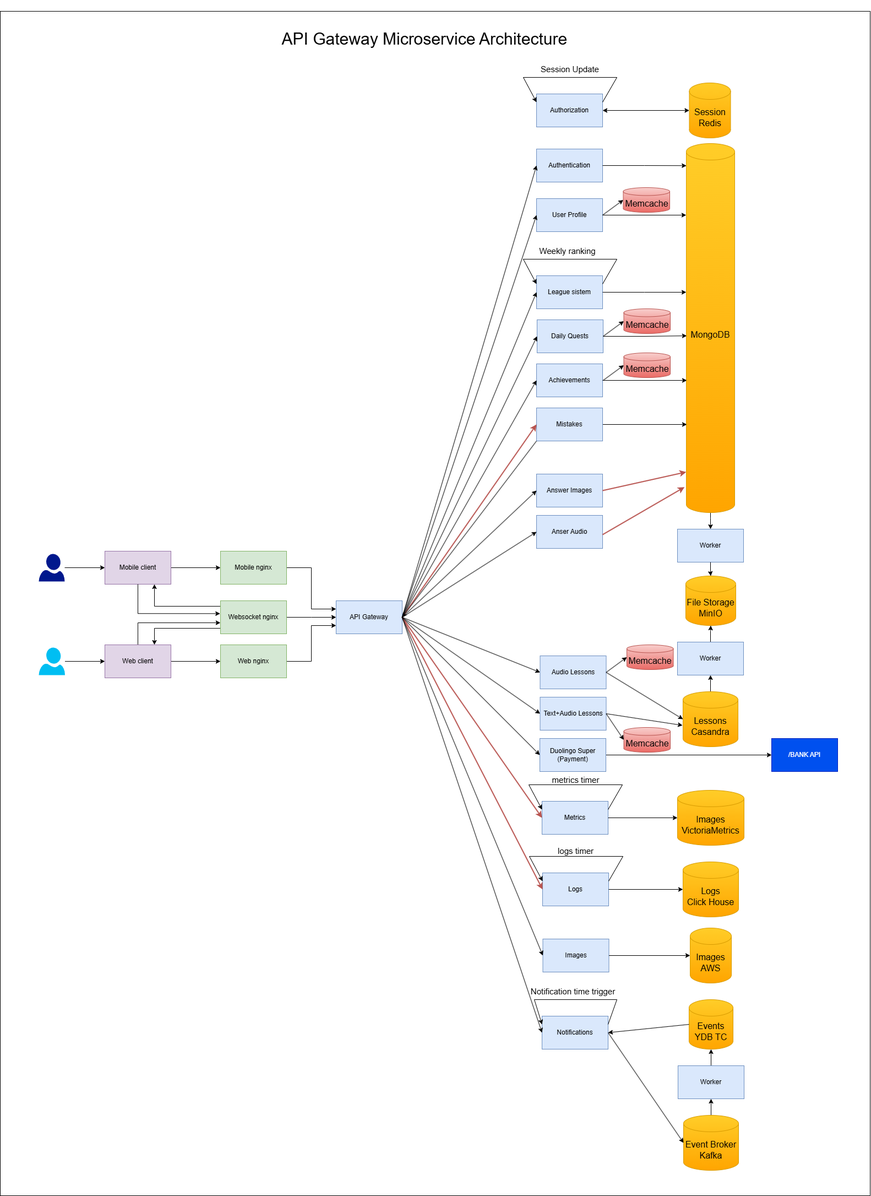
Earlier version of the draw.io export working_scheme1.png (Olgmuzalev13/highload-duolingo). Source tidied: cells renumbered, new cells last; positions are measured from the earlier drawing's top-left corner, leaving out a move shared by most shapes.
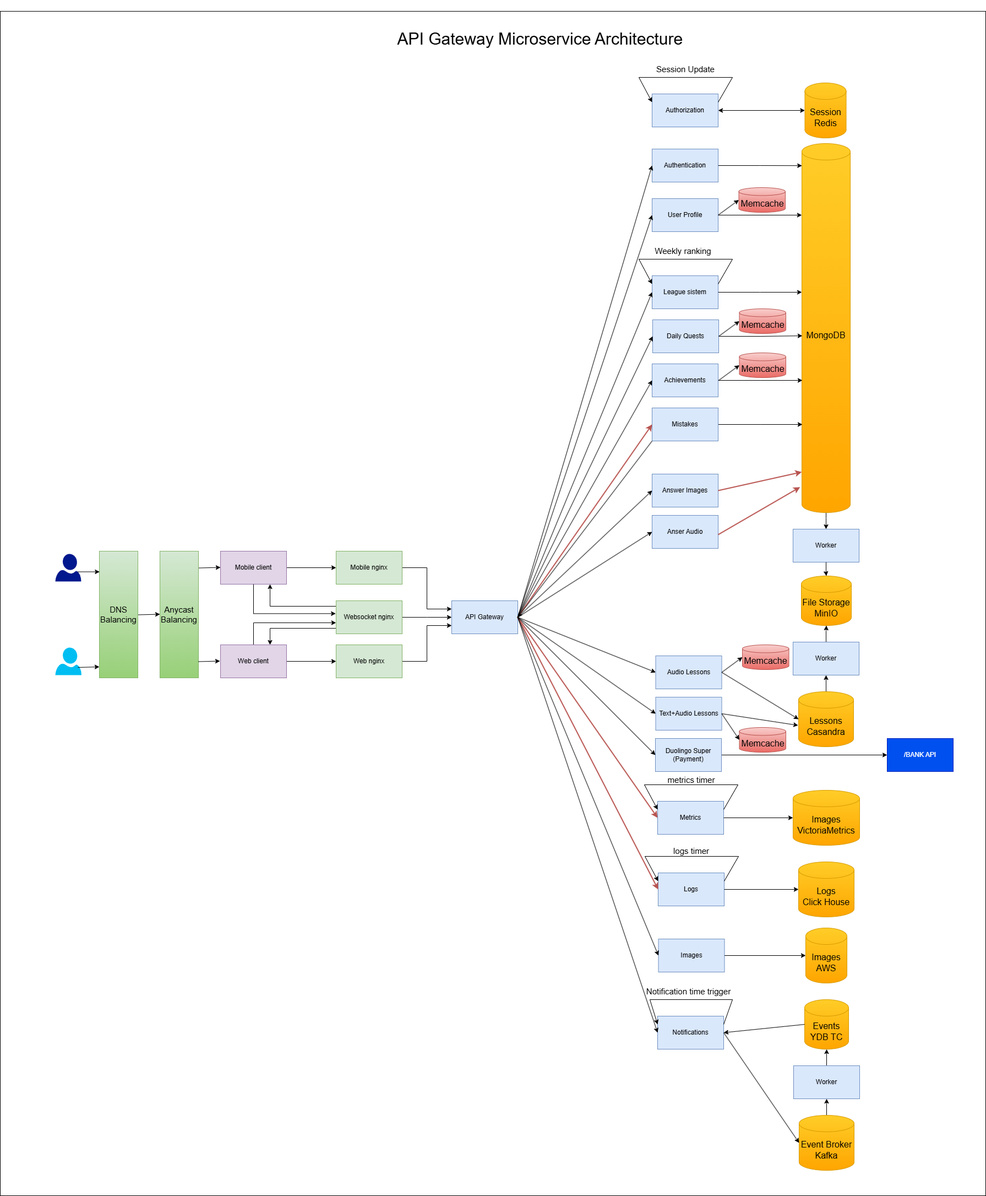
After the commit.

The edit, as a diff of the source:
```diff
@@ -3,7 +3,7 @@
     <mxCell id="0" />
     <mxCell id="1" parent="0" />
     <mxCell id="2" style="rounded=0;whiteSpace=wrap;html=1;" parent="1" vertex="1">
-      <mxGeometry y="20" width="1580" height="2150" as="geometry" />
+      <mxGeometry x="-210" y="20" width="1790" height="2150" as="geometry" />
     </mxCell>
     <mxCell id="3" style="edgeStyle=orthogonalEdgeStyle;rounded=0;jettySize=auto;html=1;" parent="1" edge="1" source="4" target="9">
       <mxGeometry relative="1" as="geometry" />
@@ -169,17 +169,11 @@
     <mxCell id="44" value="&lt;font style=&quot;font-size: 16px;&quot;&gt;Events&lt;br&gt;YDB TC&lt;/font&gt;" style="shape=cylinder3;whiteSpace=wrap;html=1;boundedLbl=1;backgroundOutline=1;size=15;fillColor=#ffcd28;strokeColor=#d79b00;gradientColor=#ffa500;" parent="1" vertex="1">
       <mxGeometry x="1251" y="1814" width="80" height="90" as="geometry" />
     </mxCell>
-    <mxCell id="45" style="edgeStyle=orthogonalEdgeStyle;rounded=0;jettySize=auto;html=1;entryX=0;entryY=0.5;entryDx=0;entryDy=0;" parent="1" edge="1" source="46" target="7">
-      <mxGeometry relative="1" as="geometry" />
-    </mxCell>
     <mxCell id="46" style="verticalLabelPosition=bottom;html=1;verticalAlign=top;align=center;strokeColor=none;fillColor=#00BEF2;shape=mxgraph.azure.user;" parent="1" vertex="1">
-      <mxGeometry x="70" y="1175" width="47.5" height="50" as="geometry" />
+      <mxGeometry x="-110" y="1175" width="47.5" height="50" as="geometry" />
     </mxCell>
-    <mxCell id="47" style="edgeStyle=orthogonalEdgeStyle;rounded=0;jettySize=auto;html=1;entryX=0;entryY=0.5;entryDx=0;entryDy=0;" parent="1" edge="1" source="48" target="4">
-      <mxGeometry relative="1" as="geometry" />
-    </mxCell>
     <mxCell id="48" style="sketch=0;shadow=0;dashed=0;html=1;strokeColor=none;labelPosition=center;verticalLabelPosition=bottom;verticalAlign=top;align=center;fillColor=#00188D;shape=mxgraph.azure.user;" parent="1" vertex="1">
-      <mxGeometry x="70" y="1005" width="47" height="50" as="geometry" />
+      <mxGeometry x="-110" y="1005" width="47" height="50" as="geometry" />
     </mxCell>
     <mxCell id="49" style="endArrow=classic;html=1;rounded=0;entryX=0;entryY=0.5;entryDx=0;entryDy=0;entryPerimeter=0;exitX=1;exitY=0.5;exitDx=0;exitDy=0;" parent="1" edge="1" source="33" target="41">
       <mxGeometry relative="1" as="geometry" />
@@ -415,5 +409,38 @@
         <mxPoint x="730" y="1120" as="targetPoint" />
       </mxGeometry>
     </mxCell>
+    <mxCell id="111" value="&lt;font style=&quot;font-size: 15px;&quot;&gt;DNS Balancing&lt;/font&gt;" style="rounded=0;whiteSpace=wrap;html=1;fillColor=#d5e8d4;strokeColor=#82b366;gradientColor=#97d077;" parent="1" vertex="1">
+      <mxGeometry x="-30" y="1000" width="70" height="230" as="geometry" />
+    </mxCell>
+    <mxCell id="112" value="&lt;font style=&quot;font-size: 15px;&quot;&gt;Anycast Balancing&lt;/font&gt;" style="rounded=0;whiteSpace=wrap;html=1;fillColor=#d5e8d4;strokeColor=#82b366;gradientColor=#97d077;" parent="1" vertex="1">
+      <mxGeometry x="80" y="1000" width="70" height="230" as="geometry" />
+    </mxCell>
+    <mxCell id="113" style="endArrow=classic;html=1;rounded=0;exitX=0.87;exitY=0.65;exitDx=0;exitDy=0;exitPerimeter=0;entryX=0.005;entryY=0.163;entryDx=0;entryDy=0;entryPerimeter=0;" parent="1" edge="1" source="48" target="111">
+      <mxGeometry relative="1" as="geometry" />
+    </mxCell>
+    <mxCell id="114" style="endArrow=classic;html=1;rounded=0;exitX=0.87;exitY=0.65;exitDx=0;exitDy=0;exitPerimeter=0;entryX=0.005;entryY=0.163;entryDx=0;entryDy=0;entryPerimeter=0;" parent="1" edge="1">
+      <mxGeometry relative="1" as="geometry">
+        <mxPoint x="-69" y="1211" as="sourcePoint" />
+        <mxPoint x="-30" y="1210" as="targetPoint" />
+      </mxGeometry>
+    </mxCell>
+    <mxCell id="115" style="endArrow=classic;html=1;rounded=0;exitX=0.87;exitY=0.65;exitDx=0;exitDy=0;exitPerimeter=0;entryX=0.005;entryY=0.163;entryDx=0;entryDy=0;entryPerimeter=0;" parent="1" edge="1">
+      <mxGeometry relative="1" as="geometry">
+        <mxPoint x="41" y="1115.5" as="sourcePoint" />
+        <mxPoint x="80" y="1114.5" as="targetPoint" />
+      </mxGeometry>
+    </mxCell>
+    <mxCell id="116" style="endArrow=classic;html=1;rounded=0;exitX=0.87;exitY=0.65;exitDx=0;exitDy=0;exitPerimeter=0;entryX=0.005;entryY=0.163;entryDx=0;entryDy=0;entryPerimeter=0;" parent="1" edge="1">
+      <mxGeometry relative="1" as="geometry">
+        <mxPoint x="151" y="1030.5" as="sourcePoint" />
+        <mxPoint x="190" y="1029.5" as="targetPoint" />
+      </mxGeometry>
+    </mxCell>
+    <mxCell id="117" style="endArrow=classic;html=1;rounded=0;exitX=0.87;exitY=0.65;exitDx=0;exitDy=0;exitPerimeter=0;entryX=0.005;entryY=0.163;entryDx=0;entryDy=0;entryPerimeter=0;" parent="1" edge="1">
+      <mxGeometry relative="1" as="geometry">
+        <mxPoint x="150" y="1200.5" as="sourcePoint" />
+        <mxPoint x="189" y="1199.5" as="targetPoint" />
+      </mxGeometry>
+    </mxCell>
   </root>
 </mxGraphModel>
```
